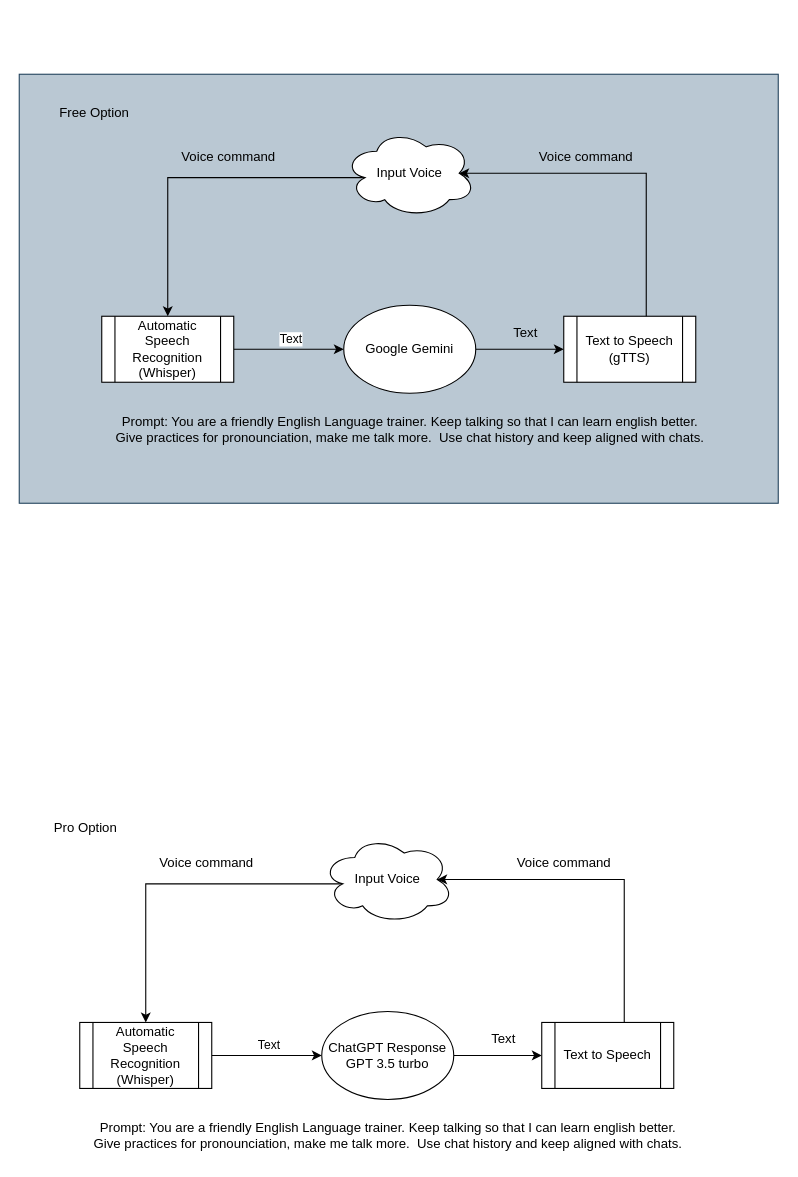
Earlier version of the draw.io diagram whisper.drawio (tinkvu/Speech2Speech). Source tidied: cells renumbered, new cells numbered last; positions are measured from the earlier drawing's top-left corner, leaving out a move shared by most shapes. Both pictures are drawn from the tidied source at 110%, with x=0, y=0 at pixel (19, 74).
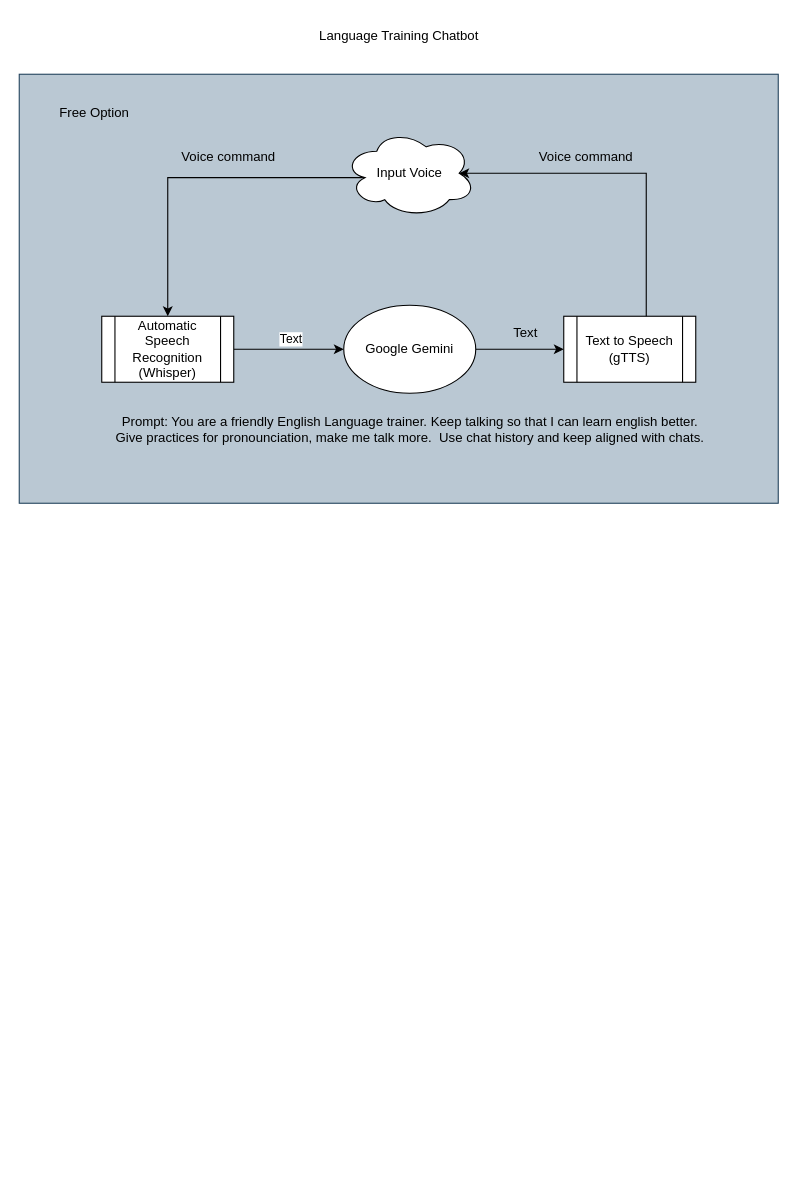
The same diagram, later.

What changed in the source:
```diff
@@
-    <mxCell id="16" style="edgeStyle=orthogonalEdgeStyle;rounded=0;jettySize=auto;html=1;exitX=0.16;exitY=0.55;exitDx=0;exitDy=0;exitPerimeter=0;" parent="1" edge="1" source="17" target="20">
-      <mxGeometry relative="1" as="geometry" />
-    </mxCell>
-    <mxCell id="17" value="Input Voice" style="ellipse;shape=cloud;whiteSpace=wrap;html=1;" parent="1" vertex="1">
-      <mxGeometry x="275" y="692" width="120" height="80" as="geometry" />
-    </mxCell>
-    <mxCell id="18" style="edgeStyle=orthogonalEdgeStyle;rounded=0;jettySize=auto;html=1;" parent="1" edge="1" source="20" target="22">
-      <mxGeometry relative="1" as="geometry" />
-    </mxCell>
-    <mxCell id="19" value="Text" style="edgeLabel;html=1;align=center;verticalAlign=middle;" parent="18" vertex="1">
-      <mxGeometry x="0.02" y="10" relative="1" as="geometry" />
-    </mxCell>
-    <mxCell id="20" value="Automatic Speech Recognition&lt;div&gt;(Whisper)&lt;/div&gt;" style="shape=process;whiteSpace=wrap;html=1;backgroundOutline=1;" parent="1" vertex="1">
-      <mxGeometry x="55" y="862" width="120" height="60" as="geometry" />
-    </mxCell>
-    <mxCell id="21" style="edgeStyle=orthogonalEdgeStyle;rounded=0;jettySize=auto;html=1;" parent="1" edge="1" source="22" target="23">
-      <mxGeometry relative="1" as="geometry" />
-    </mxCell>
-    <mxCell id="22" value="ChatGPT Response&lt;div&gt;GPT 3.5 turbo&lt;/div&gt;" style="ellipse;whiteSpace=wrap;html=1;" parent="1" vertex="1">
-      <mxGeometry x="275" y="852" width="120" height="80" as="geometry" />
-    </mxCell>
-    <mxCell id="23" value="Text to Speech" style="shape=process;whiteSpace=wrap;html=1;backgroundOutline=1;" parent="1" vertex="1">
-      <mxGeometry x="475" y="862" width="120" height="60" as="geometry" />
-    </mxCell>
-    <mxCell id="24" style="edgeStyle=orthogonalEdgeStyle;rounded=0;jettySize=auto;html=1;entryX=0.875;entryY=0.5;entryDx=0;entryDy=0;entryPerimeter=0;" parent="1" edge="1" target="17">
-      <mxGeometry relative="1" as="geometry">
-        <mxPoint x="550" y="862" as="sourcePoint" />
-        <Array as="points">
-          <mxPoint x="550" y="732" />
-        </Array>
-      </mxGeometry>
-    </mxCell>
-    <mxCell id="25" value="Prompt: You are a friendly English Language trainer. Keep talking so that I can learn english better.&lt;div&gt;Give practices for pronounciation, make me talk more.&amp;nbsp; Use chat history and keep aligned with chats.&lt;/div&gt;" style="text;html=1;align=center;verticalAlign=middle;strokeColor=none;fillColor=none;" parent="1" vertex="1">
-      <mxGeometry x="55" y="945" width="560" height="40" as="geometry" />
-    </mxCell>
-    <mxCell id="26" value="Voice command" style="text;html=1;align=center;verticalAlign=middle;strokeColor=none;fillColor=none;" parent="1" vertex="1">
-      <mxGeometry x="115" y="702" width="110" height="30" as="geometry" />
-    </mxCell>
-    <mxCell id="27" value="Text" style="text;html=1;align=center;verticalAlign=middle;strokeColor=none;fillColor=none;" parent="1" vertex="1">
-      <mxGeometry x="415" y="862" width="50" height="30" as="geometry" />
-    </mxCell>
-    <mxCell id="28" value="Voice command" style="text;html=1;align=center;verticalAlign=middle;strokeColor=none;fillColor=none;" parent="1" vertex="1">
-      <mxGeometry x="440" y="702" width="110" height="30" as="geometry" />
-    </mxCell>
@@
-    <mxCell id="30" value="Pro Option" style="text;html=1;align=center;verticalAlign=middle;strokeColor=none;fillColor=none;" parent="1" vertex="1">
-      <mxGeometry x="20" y="670" width="80" height="30" as="geometry" />
-    </mxCell>
+    <mxCell id="31" value="Language Training Chatbot" style="text;html=1;align=center;verticalAlign=middle;strokeColor=none;fillColor=none;" parent="1" vertex="1">
+      <mxGeometry x="260" y="-50" width="170" height="30" as="geometry" />
+    </mxCell>
```
